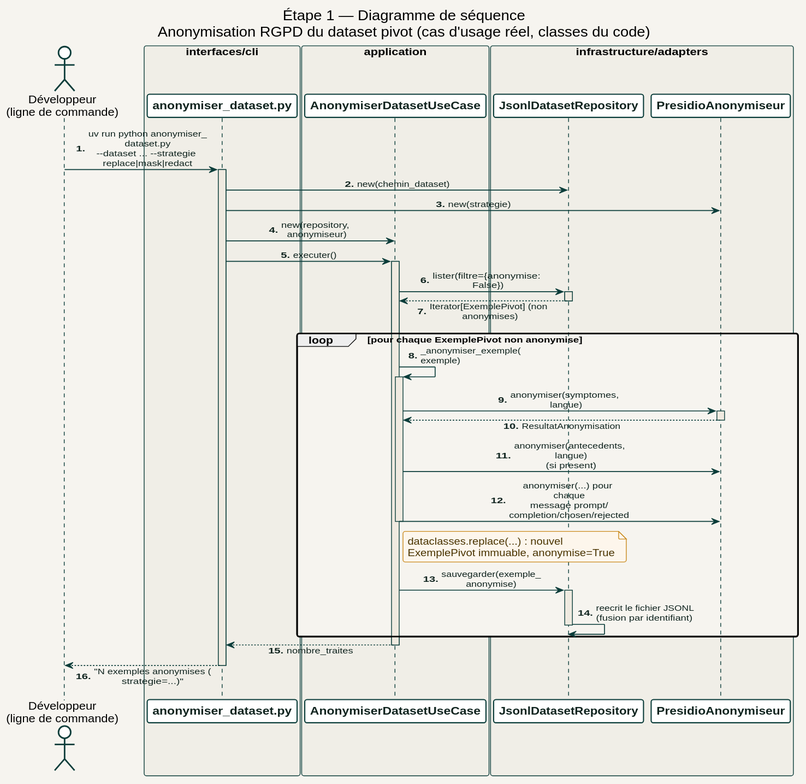
Before: docs/diagrams/02_etape1_donnees/sequence/anonymiser_dataset.svg, a diagram exported from PlantUML (racemartin/m14_ocr).
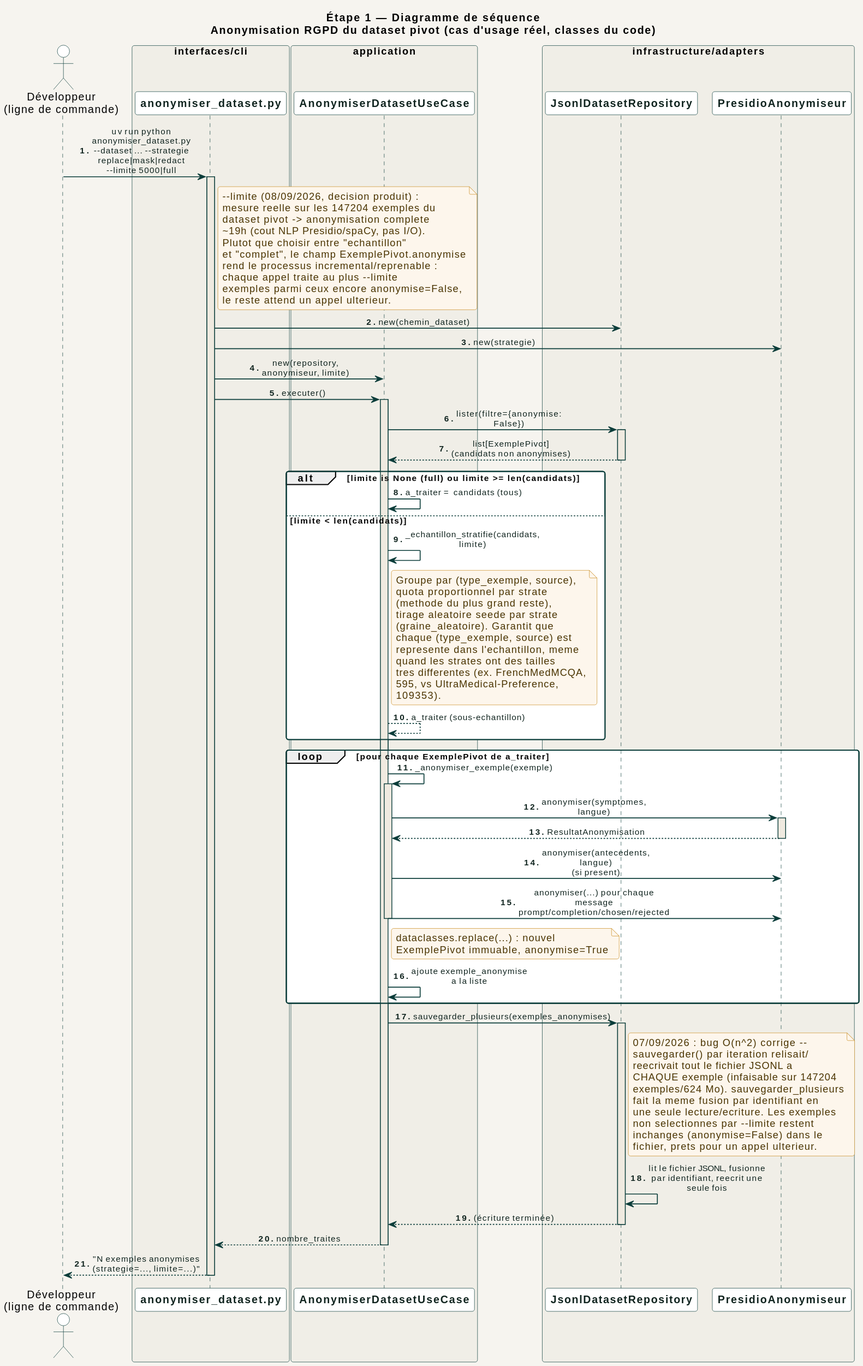
Above is the later version.

Diff of the diagram source:
```diff
@@ -1,115 +1,5 @@
-@startuml anonymiser_dataset
-
-skinparam backgroundColor #F6F4EF
-skinparam defaultFontName Helvetica
-skinparam roundcorner 6
-skinparam shadowing false
-skinparam ArrowThickness 1.2
-
-skinparam arrow {
-  Color #0B3D3A
-  FontColor #10241F
-  FontSize 11
-}
-
-skinparam package {
-  BackgroundColor #FFFFFF
-  BorderColor #0B3D3A
-  FontColor #0B3D3A
-  FontStyle bold
-  FontSize 14
-}
-
-skinparam node {
-  BackgroundColor #EFEAE0
-  BorderColor #0B3D3A
-  FontColor #10241F
-  FontSize 12
-}
-
-skinparam database {
-  BackgroundColor #FDF6EC
-  BorderColor #C98A1E
-  FontColor #4A3400
-  FontSize 11
-}
-
-skinparam cloud {
-  BackgroundColor #E7EFEC
-  BorderColor #2F7A4F
-  FontColor #123C3A
-  FontSize 12
-}
-
-skinparam artifact {
-  BackgroundColor #FCEBE6
-  BorderColor #C4432B
-  FontColor #7A2A17
-}
-
-skinparam component {
-  BackgroundColor #FFFFFF
-  BorderColor #0B3D3A
-  FontColor #10241F
-  FontSize 12
-}
-
-skinparam class {
-  BackgroundColor #FFFFFF
-  BorderColor #0B3D3A
-  FontColor #10241F
-  HeaderBackgroundColor #EFEAE0
-  FontSize 11
-  AttributeFontSize 10
-}
-
-skinparam interface {
-  BackgroundColor #E7EFEC
-  BorderColor #2F7A4F
-  FontColor #123C3A
-}
-
-skinparam activity {
-  BackgroundColor #FFFFFF
-  BorderColor #0B3D3A
-  FontColor #10241F
-  DiamondBackgroundColor #FDF6EC
-  DiamondBorderColor #C98A1E
-  StartColor #0B3D3A
-  EndColor #C4432B
-  BarColor #0B3D3A
-}
-
-skinparam partition {
-  BackgroundColor #F0EEE7
-  BorderColor #0B3D3A
-  FontColor #0B3D3A
-  FontStyle bold
-}
-
-skinparam sequence {
-  ArrowColor #0B3D3A
-  ActorBorderColor #0B3D3A
-  LifeLineBorderColor #0B3D3A
-  LifeLineBackgroundColor #EFEAE0
-  ParticipantBorderColor #0B3D3A
-  ParticipantBackgroundColor #FFFFFF
-  ParticipantFontColor #10241F
-  ParticipantFontStyle bold
-  ActorBackgroundColor #FFFFFF
-  BoxBackgroundColor #F0EEE7
-  BoxBorderColor #0B3D3A
-}
-
-skinparam note {
-  BackgroundColor #FDF6EC
-  BorderColor #C98A1E
-  FontColor #4A3400
-}
-
-skinparam sequenceMessageAlign center
-skinparam maxMessageSize 160
-skinparam responseMessageBelowArrow true
+@startuml
+!include ../../_common/estilo.iuml
 
 title Étape 1 — Diagramme de séquence\nAnonymisation RGPD du dataset pivot (cas d'usage réel, classes du code)
 
@@ -130,22 +20,55 @@
 
 autonumber "<b>0."
 
-Dev -> CLI : uv run python anonymiser_dataset.py\n~-~-dataset ... ~-~-strategie replace|mask|redact
+Dev -> CLI : uv run python anonymiser_dataset.py\n~-~-dataset ... ~-~-strategie replace|mask|redact\n~-~-limite 5000|full
 activate CLI
+
+note right of CLI
+  ~-~-limite (08/09/2026, decision produit) :
+  mesure reelle sur les 147204 exemples du
+  dataset pivot -> anonymisation complete
+  ~19h (cout NLP Presidio/spaCy, pas I/O).
+  Plutot que choisir entre "echantillon"
+  et "complet", le champ ExemplePivot.anonymise
+  rend le processus incremental/reprenable :
+  chaque appel traite au plus ~-~-limite
+  exemples parmi ceux encore anonymise=False,
+  le reste attend un appel ulterieur.
+end note
 
 CLI -> Repo : new(chemin_dataset)
 CLI -> Anonymiseur : new(strategie)
-CLI -> UC : new(repository, anonymiseur)
+CLI -> UC : new(repository, anonymiseur, limite)
 
 CLI -> UC : executer()
 activate UC
 
 UC -> Repo : lister(filtre={anonymise: False})
 activate Repo
-Repo --> UC : Iterator[ExemplePivot] (non anonymises)
+Repo --> UC : list[ExemplePivot] (candidats non anonymises)
 deactivate Repo
 
-loop pour chaque ExemplePivot non anonymise
+alt limite is None (full) ou limite >= len(candidats)
+  UC -> UC : a_traiter = candidats (tous)
+else limite < len(candidats)
+  UC -> UC : _echantillon_stratifie(candidats, limite)
+  note right of UC
+    Groupe par (type_exemple, source),
+    quota proportionnel par strate
+    (methode du plus grand reste),
+    tirage aleatoire seede par strate
+    (graine_aleatoire). Garantit que
+    chaque (type_exemple, source) est
+    represente dans l'echantillon, meme
+    quand les strates ont des tailles
+    tres differentes (ex. FrenchMedMCQA,
+    595, vs UltraMedical-Preference,
+    109353).
+  end note
+  UC --> UC : a_traiter (sous-echantillon)
+end
+
+loop pour chaque ExemplePivot de a_traiter
   UC -> UC : _anonymiser_exemple(exemple)
   activate UC
   UC -> Anonymiseur : anonymiser(symptomes, langue)
@@ -159,17 +82,30 @@
     ExemplePivot immuable, anonymise=True
   end note
   deactivate UC
+  UC -> UC : ajoute exemple_anonymise a la liste
+end
 
-  UC -> Repo : sauvegarder(exemple_anonymise)
-  activate Repo
-  Repo -> Repo : reecrit le fichier JSONL\n(fusion par identifiant)
-  deactivate Repo
-end
+UC -> Repo : sauvegarder_plusieurs(exemples_anonymises)
+activate Repo
+note right of Repo
+  07/09/2026 : bug O(n^2) corrige --
+  sauvegarder() par iteration relisait/
+  reecrivait tout le fichier JSONL a
+  CHAQUE exemple (infaisable sur 147204
+  exemples/624 Mo). sauvegarder_plusieurs
+  fait la meme fusion par identifiant en
+  une seule lecture/ecriture. Les exemples
+  non selectionnes par ~-~-limite restent
+  inchanges (anonymise=False) dans le
+  fichier, prets pour un appel ulterieur.
+end note
+Repo -> Repo : lit le fichier JSONL, fusionne\npar identifiant, reecrit une seule fois
+Repo --> UC : (écriture terminée)
+deactivate Repo
 
 UC --> CLI : nombre_traites
 deactivate UC
 
-CLI --> Dev : "N exemples anonymises (strategie=...)"
+CLI --> Dev : "N exemples anonymises (strategie=..., limite=...)"
 deactivate CLI
-
 @enduml
```
